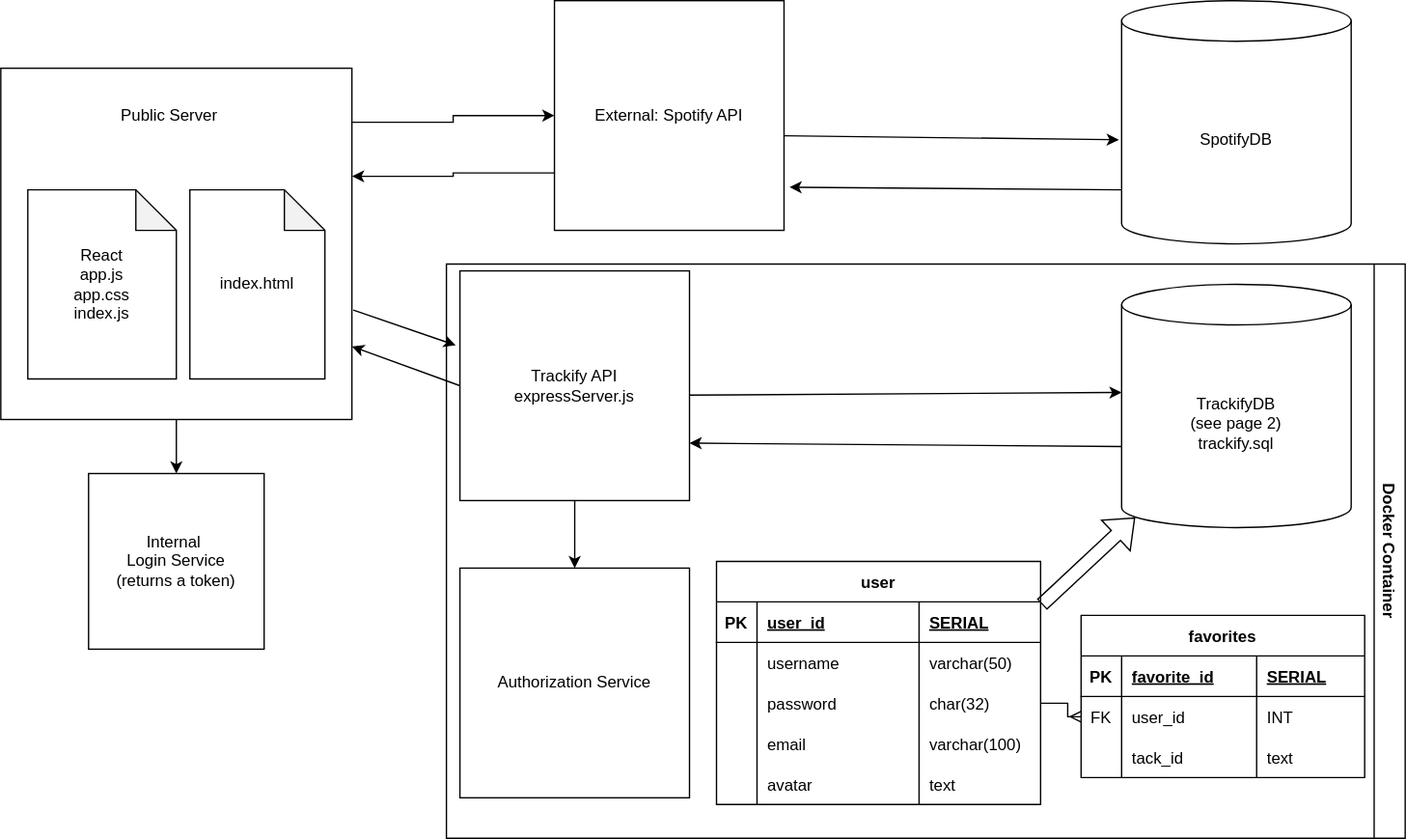
The draw.io diagram Trackify.drawio.svg in TuneSpace/trackify, before a commit. Source tidied: cells renumbered, new cells last; positions are measured from the earlier drawing's top-left corner, leaving out a move shared by most shapes.
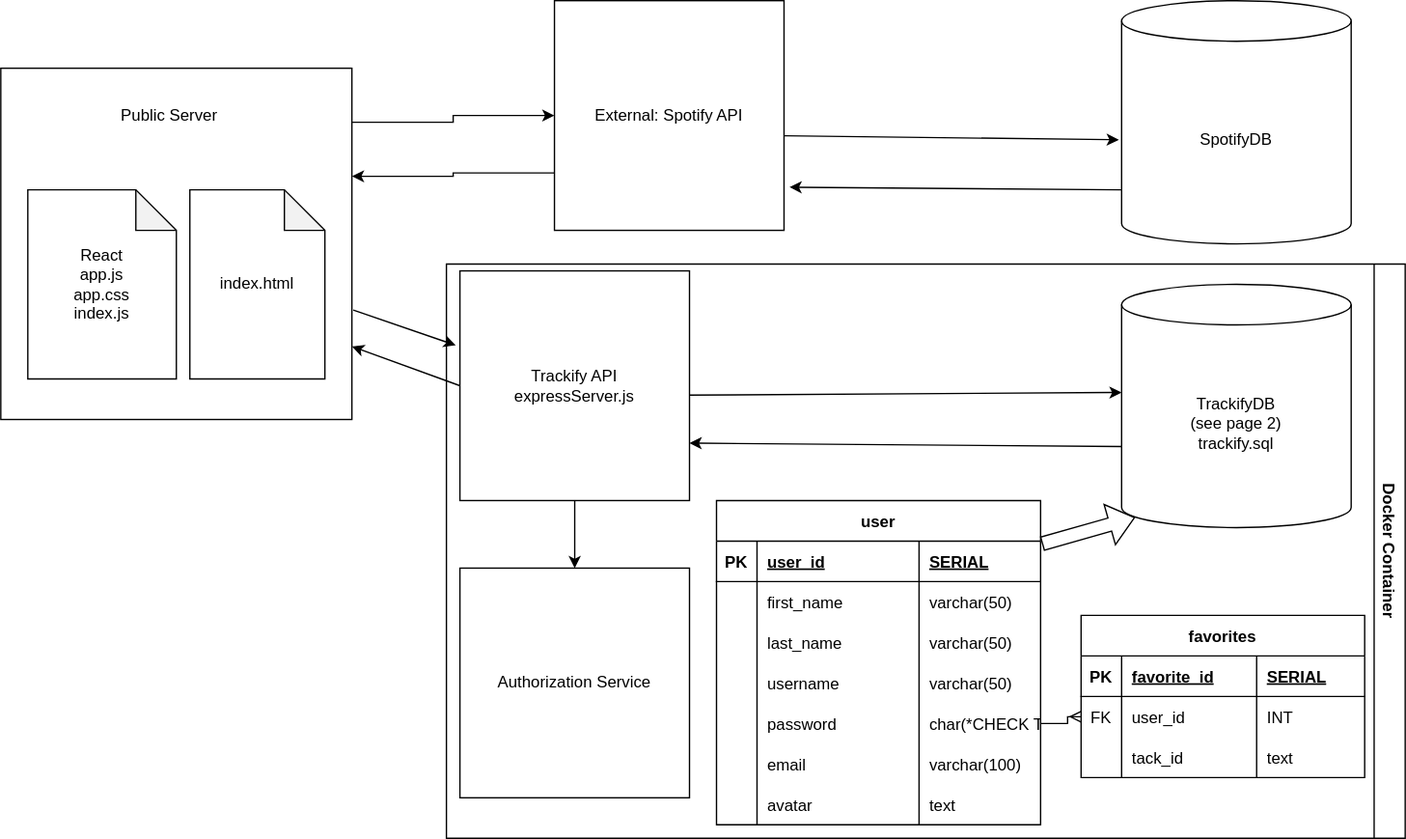
After the commit.

Change to the diagram source:
```diff
@@ -17,11 +17,6 @@
     <mxCell id="6" value="Public Server" style="text;html=1;strokeColor=none;fillColor=none;align=center;verticalAlign=middle;whiteSpace=wrap;rounded=0;" parent="2" vertex="1">
       <mxGeometry x="80" y="20" width="90" height="30" as="geometry" />
     </mxCell>
-    <mxCell id="7" style="endArrow=classic;html=1;rounded=0;entryX=0.5;entryY=0;entryDx=0;entryDy=0;" parent="2" edge="1" target="19">
-      <mxGeometry relative="1" as="geometry">
-        <mxPoint x="130" y="260" as="sourcePoint" />
-      </mxGeometry>
-    </mxCell>
     <mxCell id="8" style="edgeStyle=orthogonalEdgeStyle;rounded=0;jettySize=auto;html=1;exitX=0;exitY=0.75;exitDx=0;exitDy=0;" parent="1" edge="1" source="9">
       <mxGeometry relative="1" as="geometry">
         <mxPoint x="260" y="130" as="targetPoint" />
@@ -79,9 +74,6 @@
         <mxPoint x="830" y="140" as="sourcePoint" />
       </mxGeometry>
     </mxCell>
-    <mxCell id="19" value="Internal&amp;nbsp;&lt;br&gt;Login Service&lt;br&gt;(returns a token)" style="whiteSpace=wrap;html=1;" parent="1" vertex="1">
-      <mxGeometry x="65" y="350" width="130" height="130" as="geometry" />
-    </mxCell>
     <mxCell id="20" value="Docker Container" style="swimlane;horizontal=0;whiteSpace=wrap;html=1;rotation=-180;" parent="1" vertex="1">
       <mxGeometry x="330" y="195" width="710" height="425" as="geometry" />
     </mxCell>
@@ -125,7 +117,7 @@
       <mxGeometry x="130" width="80" height="30" as="geometry" />
     </mxCell>
     <mxCell id="34" value="user" style="shape=table;startSize=30;rowLines=0;fontStyle=1;align=center;" parent="20" vertex="1">
-      <mxGeometry x="200" y="220" width="240" height="180" as="geometry" />
+      <mxGeometry x="200" y="175" width="240" height="240" as="geometry" />
     </mxCell>
     <mxCell id="35" style="shape=tableRow;horizontal=0;startSize=0;swimlaneHead=0;swimlaneBody=0;fillColor=none;points=[[0,0.5],[1,0.5]];portConstraint=eastwest;top=0;left=0;right=0;bottom=1;" parent="34" vertex="1">
       <mxGeometry y="30" width="240" height="30" as="geometry" />
@@ -139,8 +131,32 @@
     <mxCell id="38" value="SERIAL" style="shape=partialRectangle;fillColor=none;top=0;left=0;bottom=0;right=0;align=left;spacingLeft=6;fontStyle=5;overflow=hidden;" parent="35" vertex="1">
       <mxGeometry x="150" width="90" height="30" as="geometry" />
     </mxCell>
+    <mxCell id="60" style="shape=tableRow;horizontal=0;startSize=0;swimlaneHead=0;swimlaneBody=0;fillColor=none;top=0;left=0;right=0;bottom=0;" parent="34" vertex="1">
+      <mxGeometry y="60" width="240" height="30" as="geometry" />
+    </mxCell>
+    <mxCell id="61" style="shape=partialRectangle;fillColor=none;top=0;left=0;bottom=0;right=0;overflow=hidden;" parent="60" vertex="1">
+      <mxGeometry width="30" height="30" as="geometry" />
+    </mxCell>
+    <mxCell id="62" value="first_name" style="shape=partialRectangle;fillColor=none;top=0;left=0;bottom=0;right=0;align=left;spacingLeft=6;overflow=hidden;" parent="60" vertex="1">
+      <mxGeometry x="30" width="120" height="30" as="geometry" />
+    </mxCell>
+    <mxCell id="63" value="varchar(50)" style="shape=partialRectangle;fillColor=none;top=0;left=0;bottom=0;right=0;align=left;spacingLeft=6;overflow=hidden;" parent="60" vertex="1">
+      <mxGeometry x="150" width="90" height="30" as="geometry" />
+    </mxCell>
+    <mxCell id="64" style="shape=tableRow;horizontal=0;startSize=0;swimlaneHead=0;swimlaneBody=0;fillColor=none;top=0;left=0;right=0;bottom=0;" parent="34" vertex="1">
+      <mxGeometry y="90" width="240" height="30" as="geometry" />
+    </mxCell>
+    <mxCell id="65" style="shape=partialRectangle;fillColor=none;top=0;left=0;bottom=0;right=0;overflow=hidden;" parent="64" vertex="1">
+      <mxGeometry width="30" height="30" as="geometry" />
+    </mxCell>
+    <mxCell id="66" value="last_name" style="shape=partialRectangle;fillColor=none;top=0;left=0;bottom=0;right=0;align=left;spacingLeft=6;overflow=hidden;" parent="64" vertex="1">
+      <mxGeometry x="30" width="120" height="30" as="geometry" />
+    </mxCell>
+    <mxCell id="67" value="varchar(50)" style="shape=partialRectangle;fillColor=none;top=0;left=0;bottom=0;right=0;align=left;spacingLeft=6;overflow=hidden;" parent="64" vertex="1">
+      <mxGeometry x="150" width="90" height="30" as="geometry" />
+    </mxCell>
     <mxCell id="39" style="shape=tableRow;horizontal=0;startSize=0;swimlaneHead=0;swimlaneBody=0;fillColor=none;top=0;left=0;right=0;bottom=0;" parent="34" vertex="1">
-      <mxGeometry y="60" width="240" height="30" as="geometry" />
+      <mxGeometry y="120" width="240" height="30" as="geometry" />
     </mxCell>
     <mxCell id="40" style="shape=partialRectangle;fillColor=none;top=0;left=0;bottom=0;right=0;overflow=hidden;" parent="39" vertex="1">
       <mxGeometry width="30" height="30" as="geometry" />
@@ -152,7 +168,7 @@
       <mxGeometry x="150" width="90" height="30" as="geometry" />
     </mxCell>
     <mxCell id="43" style="shape=tableRow;horizontal=0;startSize=0;swimlaneHead=0;swimlaneBody=0;fillColor=none;points=[[0,0.5],[1,0.5]];portConstraint=eastwest;top=0;left=0;right=0;bottom=0;" parent="34" vertex="1">
-      <mxGeometry y="90" width="240" height="30" as="geometry" />
+      <mxGeometry y="150" width="240" height="30" as="geometry" />
     </mxCell>
     <mxCell id="44" style="shape=partialRectangle;fillColor=none;top=0;left=0;bottom=0;right=0;overflow=hidden;" parent="43" vertex="1">
       <mxGeometry width="30" height="30" as="geometry" />
@@ -160,11 +176,11 @@
     <mxCell id="45" value="password" style="shape=partialRectangle;fillColor=none;top=0;left=0;bottom=0;right=0;align=left;spacingLeft=6;overflow=hidden;" parent="43" vertex="1">
       <mxGeometry x="30" width="120" height="30" as="geometry" />
     </mxCell>
-    <mxCell id="46" value="char(32)" style="shape=partialRectangle;fillColor=none;top=0;left=0;bottom=0;right=0;align=left;spacingLeft=6;overflow=hidden;" parent="43" vertex="1">
+    <mxCell id="46" value="char(*CHECK THIS*)" style="shape=partialRectangle;fillColor=none;top=0;left=0;bottom=0;right=0;align=left;spacingLeft=6;overflow=hidden;" parent="43" vertex="1">
       <mxGeometry x="150" width="90" height="30" as="geometry" />
     </mxCell>
     <mxCell id="47" style="shape=tableRow;horizontal=0;startSize=0;swimlaneHead=0;swimlaneBody=0;fillColor=none;top=0;left=0;right=0;bottom=0;" parent="34" vertex="1">
-      <mxGeometry y="120" width="240" height="30" as="geometry" />
+      <mxGeometry y="180" width="240" height="30" as="geometry" />
     </mxCell>
     <mxCell id="48" style="shape=partialRectangle;fillColor=none;top=0;left=0;bottom=0;right=0;overflow=hidden;" parent="47" vertex="1">
       <mxGeometry width="30" height="30" as="geometry" />
@@ -176,7 +192,7 @@
       <mxGeometry x="150" width="90" height="30" as="geometry" />
     </mxCell>
     <mxCell id="51" style="shape=tableRow;horizontal=0;startSize=0;swimlaneHead=0;swimlaneBody=0;fillColor=none;top=0;left=0;right=0;bottom=0;" parent="34" vertex="1">
-      <mxGeometry y="150" width="240" height="30" as="geometry" />
+      <mxGeometry y="210" width="240" height="30" as="geometry" />
     </mxCell>
     <mxCell id="52" style="shape=partialRectangle;fillColor=none;top=0;left=0;bottom=0;right=0;overflow=hidden;" parent="51" vertex="1">
       <mxGeometry width="30" height="30" as="geometry" />
```
